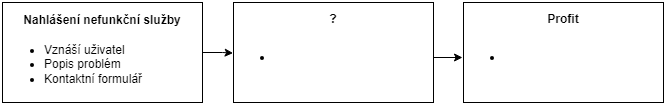
Above: img/service_failure_process.png in BroomEx/DP-DWH (draw.io), before the change. Source tidied: cells renumbered, new cells last; positions are measured from the earlier drawing's top-left corner, leaving out a move shared by most shapes. Source of this version:
```xml
<mxGraphModel>
  <root>
    <mxCell id="0" />
    <mxCell id="1" parent="0" />
    <mxCell id="2" style="group;" parent="1" vertex="1">
      <mxGeometry width="661" height="100" as="geometry" />
    </mxCell>
    <mxCell id="3" style="rounded=0;whiteSpace=wrap;html=1;" parent="2" vertex="1">
      <mxGeometry x="231" width="200" height="100" as="geometry" />
    </mxCell>
    <mxCell id="4" style="group;" parent="2" vertex="1">
      <mxGeometry width="200" height="100" as="geometry" />
    </mxCell>
    <mxCell id="5" style="rounded=0;whiteSpace=wrap;html=1;" parent="4" vertex="1">
      <mxGeometry width="200" height="100" as="geometry" />
    </mxCell>
    <mxCell id="6" value="Nahlášení nefunkční služby" style="text;html=1;strokeColor=none;fillColor=none;align=center;verticalAlign=middle;whiteSpace=wrap;rounded=0;fontStyle=1;" parent="4" vertex="1">
      <mxGeometry x="10" y="10" width="180" height="15" as="geometry" />
    </mxCell>
    <mxCell id="7" value="&lt;ul&gt;&lt;li&gt;Vznáší uživatel&lt;/li&gt;&lt;li&gt;Popis problém&lt;/li&gt;&lt;li&gt;Kontaktní formulář&lt;/li&gt;&lt;/ul&gt;" style="text;html=1;strokeColor=none;fillColor=none;align=left;verticalAlign=middle;whiteSpace=wrap;rounded=0;" parent="4" vertex="1">
      <mxGeometry y="40" width="190" height="43.3" as="geometry" />
    </mxCell>
    <mxCell id="8" value="&lt;ul&gt;&lt;li&gt;&lt;br&gt;&lt;/li&gt;&lt;/ul&gt;" style="text;html=1;strokeColor=none;fillColor=none;align=left;verticalAlign=middle;whiteSpace=wrap;rounded=0;" parent="2" vertex="1">
      <mxGeometry x="230" y="20" width="201" height="70" as="geometry" />
    </mxCell>
    <mxCell id="9" value="?" style="text;html=1;strokeColor=none;fillColor=none;align=center;verticalAlign=middle;whiteSpace=wrap;rounded=0;fontStyle=1;" parent="2" vertex="1">
      <mxGeometry x="241" y="2" width="180" height="30" as="geometry" />
    </mxCell>
    <mxCell id="10" style="edgeStyle=orthogonalEdgeStyle;rounded=0;jettySize=auto;html=1;entryX=0.003;entryY=0.437;entryDx=0;entryDy=0;entryPerimeter=0;" parent="2" edge="1" source="5" target="8">
      <mxGeometry relative="1" as="geometry" />
    </mxCell>
    <mxCell id="11" style="rounded=0;whiteSpace=wrap;html=1;" parent="2" vertex="1">
      <mxGeometry x="461" width="200" height="100" as="geometry" />
    </mxCell>
    <mxCell id="12" value="&lt;ul&gt;&lt;li style=&quot;border-color: var(--border-color);&quot;&gt;&lt;br&gt;&lt;/li&gt;&lt;/ul&gt;" style="text;html=1;strokeColor=none;fillColor=none;align=left;verticalAlign=middle;whiteSpace=wrap;rounded=0;" parent="2" vertex="1">
      <mxGeometry x="460" y="20" width="201" height="70" as="geometry" />
    </mxCell>
    <mxCell id="13" style="edgeStyle=orthogonalEdgeStyle;rounded=0;jettySize=auto;html=1;entryX=0;entryY=0.5;entryDx=0;entryDy=0;" parent="2" edge="1" source="8" target="12">
      <mxGeometry relative="1" as="geometry" />
    </mxCell>
    <mxCell id="14" value="Profit" style="text;html=1;strokeColor=none;fillColor=none;align=center;verticalAlign=middle;whiteSpace=wrap;rounded=0;fontStyle=1;" parent="2" vertex="1">
      <mxGeometry x="471" y="2" width="180" height="30" as="geometry" />
    </mxCell>
  </root>
</mxGraphModel>
```
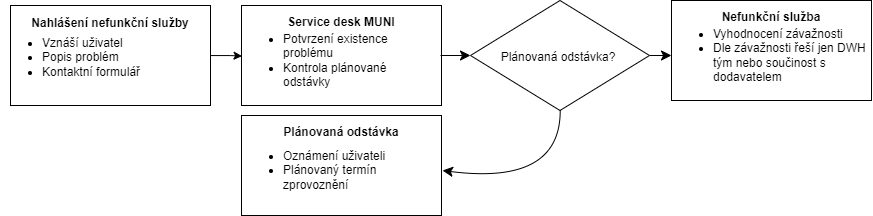
Later version of the same file.

Commit message:
service failure proces

Diff of the diagram source:
```diff
@@ -2,44 +2,74 @@
   <root>
     <mxCell id="0" />
     <mxCell id="1" parent="0" />
-    <mxCell id="2" style="group;" parent="1" vertex="1">
-      <mxGeometry width="661" height="100" as="geometry" />
+    <mxCell id="2" style="rounded=0;whiteSpace=wrap;html=1;" parent="1" vertex="1">
+      <mxGeometry width="200" height="100" as="geometry" />
     </mxCell>
-    <mxCell id="3" style="rounded=0;whiteSpace=wrap;html=1;" parent="2" vertex="1">
-      <mxGeometry x="231" width="200" height="100" as="geometry" />
+    <mxCell id="3" style="group;" parent="1" vertex="1">
+      <mxGeometry x="-231" width="200" height="100" as="geometry" />
     </mxCell>
-    <mxCell id="4" style="group;" parent="2" vertex="1">
+    <mxCell id="4" style="rounded=0;whiteSpace=wrap;html=1;" parent="3" vertex="1">
       <mxGeometry width="200" height="100" as="geometry" />
     </mxCell>
-    <mxCell id="5" style="rounded=0;whiteSpace=wrap;html=1;" parent="4" vertex="1">
-      <mxGeometry width="200" height="100" as="geometry" />
+    <mxCell id="5" value="Nahlášení nefunkční služby" style="text;html=1;strokeColor=none;fillColor=none;align=center;verticalAlign=middle;whiteSpace=wrap;rounded=0;fontStyle=1;" parent="3" vertex="1">
+      <mxGeometry x="10" y="10" width="180" height="15" as="geometry" />
     </mxCell>
-    <mxCell id="6" value="Nahlášení nefunkční služby" style="text;html=1;strokeColor=none;fillColor=none;align=center;verticalAlign=middle;whiteSpace=wrap;rounded=0;fontStyle=1;" parent="4" vertex="1">
-      <mxGeometry x="10" y="10" width="180" height="15" as="geometry" />
+    <mxCell id="6" value="&lt;ul&gt;&lt;li&gt;Vznáší uživatel&lt;/li&gt;&lt;li&gt;Popis problém&lt;/li&gt;&lt;li&gt;Kontaktní formulář&lt;/li&gt;&lt;/ul&gt;" style="text;html=1;strokeColor=none;fillColor=none;align=left;verticalAlign=middle;whiteSpace=wrap;rounded=0;" parent="3" vertex="1">
+      <mxGeometry x="-10" y="25" width="180" height="53.3" as="geometry" />
     </mxCell>
-    <mxCell id="7" value="&lt;ul&gt;&lt;li&gt;Vznáší uživatel&lt;/li&gt;&lt;li&gt;Popis problém&lt;/li&gt;&lt;li&gt;Kontaktní formulář&lt;/li&gt;&lt;/ul&gt;" style="text;html=1;strokeColor=none;fillColor=none;align=left;verticalAlign=middle;whiteSpace=wrap;rounded=0;" parent="4" vertex="1">
-      <mxGeometry y="40" width="190" height="43.3" as="geometry" />
+    <mxCell id="7" style="edgeStyle=none;curved=1;rounded=0;jettySize=auto;html=1;fontSize=12;startSize=8;endSize=8;entryX=0;entryY=0.5;entryDx=0;entryDy=0;" parent="1" edge="1" target="20">
+      <mxGeometry relative="1" as="geometry">
+        <mxPoint x="199" y="50" as="sourcePoint" />
+      </mxGeometry>
     </mxCell>
-    <mxCell id="8" value="&lt;ul&gt;&lt;li&gt;&lt;br&gt;&lt;/li&gt;&lt;/ul&gt;" style="text;html=1;strokeColor=none;fillColor=none;align=left;verticalAlign=middle;whiteSpace=wrap;rounded=0;" parent="2" vertex="1">
-      <mxGeometry x="230" y="20" width="201" height="70" as="geometry" />
+    <mxCell id="8" value="&lt;ul&gt;&lt;li&gt;Potvrzení existence problému&lt;/li&gt;&lt;li&gt;Kontrola plánované odstávky&lt;/li&gt;&lt;/ul&gt;" style="text;html=1;strokeColor=none;fillColor=none;align=left;verticalAlign=middle;whiteSpace=wrap;rounded=0;" parent="1" vertex="1">
+      <mxGeometry y="20" width="181" height="70" as="geometry" />
     </mxCell>
-    <mxCell id="9" value="?" style="text;html=1;strokeColor=none;fillColor=none;align=center;verticalAlign=middle;whiteSpace=wrap;rounded=0;fontStyle=1;" parent="2" vertex="1">
-      <mxGeometry x="241" y="2" width="180" height="30" as="geometry" />
+    <mxCell id="9" value="Service desk MUNI" style="text;html=1;strokeColor=none;fillColor=none;align=center;verticalAlign=middle;whiteSpace=wrap;rounded=0;fontStyle=1;" parent="1" vertex="1">
+      <mxGeometry x="10" y="2" width="180" height="30" as="geometry" />
     </mxCell>
-    <mxCell id="10" style="edgeStyle=orthogonalEdgeStyle;rounded=0;jettySize=auto;html=1;entryX=0.003;entryY=0.437;entryDx=0;entryDy=0;entryPerimeter=0;" parent="2" edge="1" source="5" target="8">
+    <mxCell id="10" style="edgeStyle=orthogonalEdgeStyle;rounded=0;jettySize=auto;html=1;entryX=0.003;entryY=0.437;entryDx=0;entryDy=0;entryPerimeter=0;" parent="1" edge="1" source="4" target="8">
       <mxGeometry relative="1" as="geometry" />
     </mxCell>
-    <mxCell id="11" style="rounded=0;whiteSpace=wrap;html=1;" parent="2" vertex="1">
-      <mxGeometry x="461" width="200" height="100" as="geometry" />
+    <mxCell id="11" style="edgeStyle=none;curved=1;rounded=0;jettySize=auto;html=1;fontSize=12;startSize=8;endSize=8;" parent="1" edge="1" source="20" target="17">
+      <mxGeometry relative="1" as="geometry" />
     </mxCell>
-    <mxCell id="12" value="&lt;ul&gt;&lt;li style=&quot;border-color: var(--border-color);&quot;&gt;&lt;br&gt;&lt;/li&gt;&lt;/ul&gt;" style="text;html=1;strokeColor=none;fillColor=none;align=left;verticalAlign=middle;whiteSpace=wrap;rounded=0;" parent="2" vertex="1">
-      <mxGeometry x="460" y="20" width="201" height="70" as="geometry" />
+    <mxCell id="12" style="rounded=0;whiteSpace=wrap;html=1;" parent="1" vertex="1">
+      <mxGeometry y="110" width="200" height="100" as="geometry" />
     </mxCell>
-    <mxCell id="13" style="edgeStyle=orthogonalEdgeStyle;rounded=0;jettySize=auto;html=1;entryX=0;entryY=0.5;entryDx=0;entryDy=0;" parent="2" edge="1" source="8" target="12">
-      <mxGeometry relative="1" as="geometry" />
+    <mxCell id="13" value="&lt;ul&gt;&lt;li style=&quot;border-color: var(--border-color);&quot;&gt;Oznámení uživateli&lt;/li&gt;&lt;li style=&quot;border-color: var(--border-color);&quot;&gt;Plánovaný termín zprovoznění&lt;/li&gt;&lt;/ul&gt;" style="text;html=1;strokeColor=none;fillColor=none;align=left;verticalAlign=middle;whiteSpace=wrap;rounded=0;" parent="1" vertex="1">
+      <mxGeometry y="130" width="201" height="70" as="geometry" />
     </mxCell>
-    <mxCell id="14" value="Profit" style="text;html=1;strokeColor=none;fillColor=none;align=center;verticalAlign=middle;whiteSpace=wrap;rounded=0;fontStyle=1;" parent="2" vertex="1">
-      <mxGeometry x="471" y="2" width="180" height="30" as="geometry" />
+    <mxCell id="14" value="Plánovaná odstávka" style="text;html=1;strokeColor=none;fillColor=none;align=center;verticalAlign=middle;whiteSpace=wrap;rounded=0;fontStyle=1;" parent="1" vertex="1">
+      <mxGeometry x="10" y="112" width="180" height="30" as="geometry" />
     </mxCell>
+    <mxCell id="15" style="group;" parent="1" vertex="1">
+      <mxGeometry x="430" y="-5" width="201" height="100" as="geometry" />
+    </mxCell>
+    <mxCell id="16" style="rounded=0;whiteSpace=wrap;html=1;" parent="15" vertex="1">
+      <mxGeometry width="200" height="100" as="geometry" />
+    </mxCell>
+    <mxCell id="17" value="&lt;ul&gt;&lt;li style=&quot;border-color: var(--border-color);&quot;&gt;Vyhodnocení závažnosti&lt;/li&gt;&lt;li style=&quot;border-color: var(--border-color);&quot;&gt;Dle závažnosti řeší jen DWH tým nebo součinost s dodavatelem&lt;/li&gt;&lt;/ul&gt;" style="text;html=1;strokeColor=none;fillColor=none;align=left;verticalAlign=middle;whiteSpace=wrap;rounded=0;" parent="15" vertex="1">
+      <mxGeometry y="20" width="201" height="70" as="geometry" />
+    </mxCell>
+    <mxCell id="18" value="Nefunkční služba" style="text;html=1;strokeColor=none;fillColor=none;align=center;verticalAlign=middle;whiteSpace=wrap;rounded=0;fontStyle=1;" parent="15" vertex="1">
+      <mxGeometry x="10" y="2" width="180" height="30" as="geometry" />
+    </mxCell>
+    <mxCell id="19" style="group;" parent="1" vertex="1">
+      <mxGeometry x="229" y="-5" width="179" height="110" as="geometry" />
+    </mxCell>
+    <mxCell id="20" style="rhombus;whiteSpace=wrap;html=1;fontSize=16;rotation=0;" parent="19" vertex="1">
+      <mxGeometry width="179" height="110" as="geometry" />
+    </mxCell>
+    <mxCell id="21" value="&lt;font style=&quot;font-size: 12px;&quot;&gt;Plánovaná odstávka?&lt;/font&gt;" style="text;html=1;strokeColor=none;fillColor=none;align=center;verticalAlign=middle;whiteSpace=wrap;rounded=0;fontSize=16;" parent="19" vertex="1">
+      <mxGeometry x="28" y="40" width="120" height="30" as="geometry" />
+    </mxCell>
+    <mxCell id="22" style="edgeStyle=none;curved=1;rounded=0;jettySize=auto;html=1;entryX=1;entryY=0.5;entryDx=0;entryDy=0;fontSize=12;startSize=8;endSize=8;" parent="1" edge="1" source="20" target="13">
+      <mxGeometry relative="1" as="geometry">
+        <Array as="points">
+          <mxPoint x="319" y="180" />
+        </Array>
+      </mxGeometry>
+    </mxCell>
   </root>
 </mxGraphModel>
```
